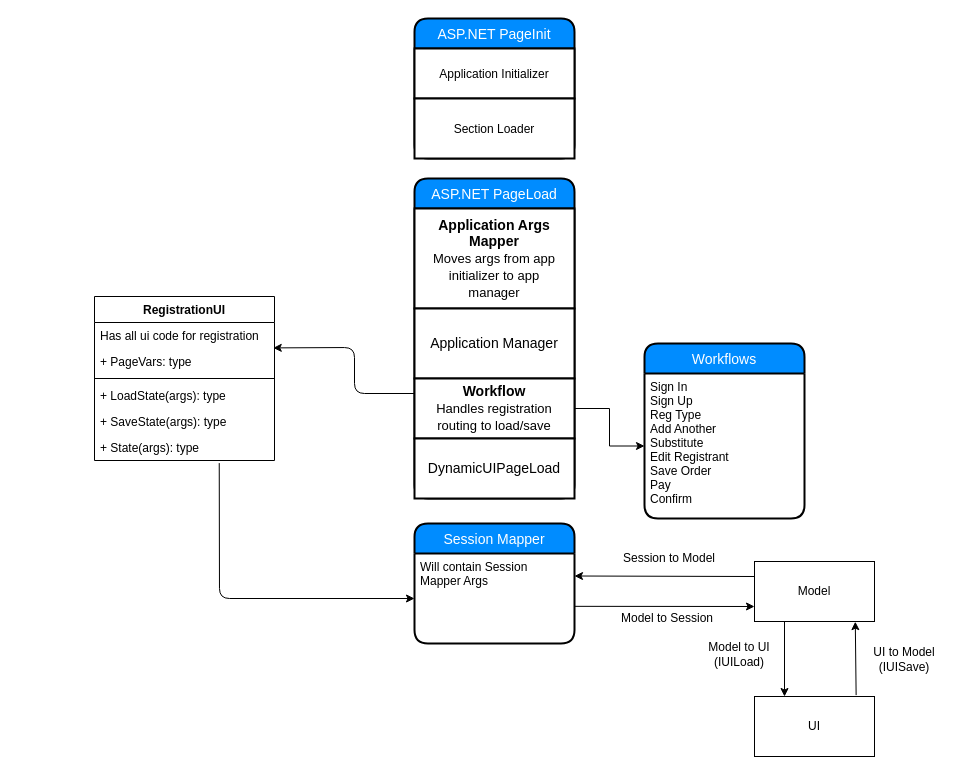
Before: PublicRegistrationClassDiagram.drawio in shelbyharris/Registration, a draw.io diagram. Source tidied: cells renumbered, new cells numbered last; positions are measured from the earlier drawing's top-left corner, leaving out a move shared by most shapes. Both pictures are drawn from the tidied source at 100%, with x=0, y=0 at pixel (94, 18).
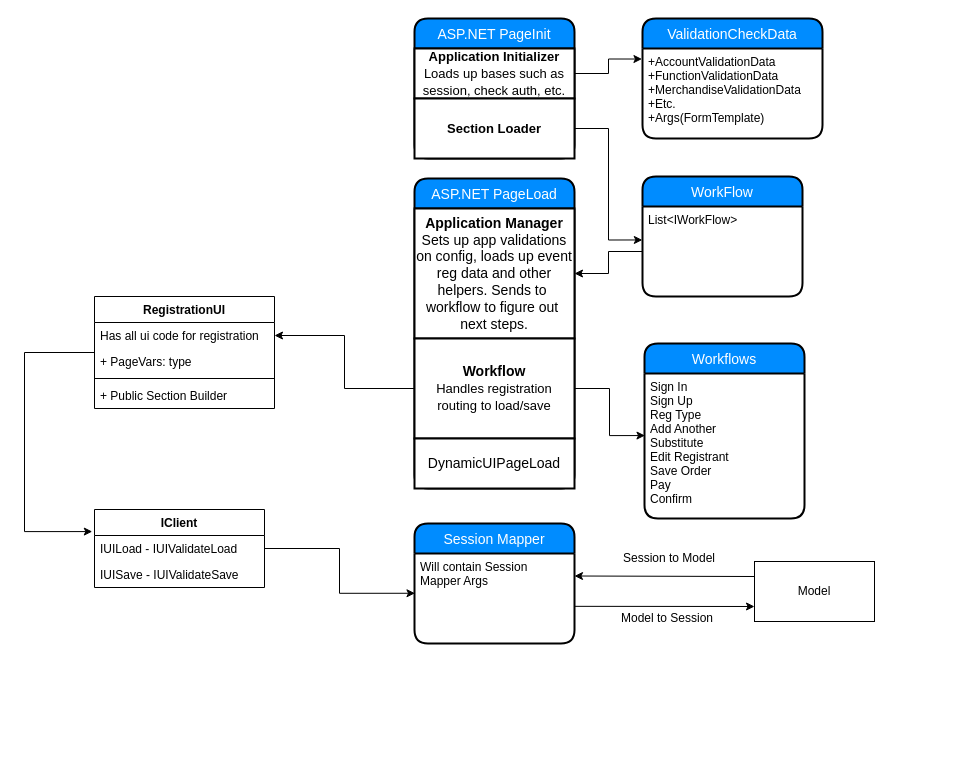
After the change.

The change refers to these unchanged cells:
```xml
<mxCell id="3" value="Has all ui code for registration" style="text;strokeColor=none;fillColor=none;align=left;verticalAlign=top;spacingLeft=4;spacingRight=4;overflow=hidden;points=[[0,0.5],[1,0.5]];portConstraint=eastwest;" parent="2" vertex="1">
  <mxGeometry y="26" width="180" height="26" as="geometry" />
</mxCell>
<mxCell id="9" value="Model" style="rounded=0;whiteSpace=wrap;html=1;" parent="1" vertex="1">
  <mxGeometry x="660" y="543" width="120" height="60" as="geometry" />
</mxCell>
<mxCell id="19" value="ASP.NET PageInit" style="swimlane;horizontal=1;startSize=30;fillColor=#008cff;fontColor=#FFFFFF;rounded=1;fontSize=14;fontStyle=0;strokeWidth=2;shadow=0;dashed=0;align=center;" parent="1" vertex="1">
  <mxGeometry x="320" width="160" height="140" as="geometry" />
</mxCell>
<mxCell id="29" value="Will contain Session &#10;Mapper Args" style="align=left;strokeColor=none;fillColor=none;spacingLeft=4;fontSize=12;verticalAlign=top;" parent="28" vertex="1">
  <mxGeometry y="30" width="160" height="90" as="geometry" />
</mxCell>
<mxCell id="32" value="Sign In&#10;Sign Up&#10;Reg Type&#10;Add Another&#10;Substitute&#10;Edit Registrant&#10;Save Order&#10;Pay&#10;Confirm" style="align=left;strokeColor=none;fillColor=none;spacingLeft=4;fontSize=12;verticalAlign=top;" parent="31" vertex="1">
  <mxGeometry y="30" width="160" height="145" as="geometry" />
</mxCell>
```

Diff of the diagram source:
```diff
@@
+    <mxCell id="34" style="edgeStyle=orthogonalEdgeStyle;rounded=0;jettySize=auto;html=1;entryX=-0.013;entryY=0.283;entryDx=0;entryDy=0;entryPerimeter=0;" parent="1" edge="1" source="2" target="41">
+      <mxGeometry relative="1" as="geometry">
+        <Array as="points">
+          <mxPoint x="-70" y="334" />
+          <mxPoint x="-70" y="513" />
+        </Array>
+      </mxGeometry>
+    </mxCell>
     <mxCell id="2" value="RegistrationUI" style="swimlane;fontStyle=1;align=center;verticalAlign=top;horizontal=1;startSize=26;" parent="1" vertex="1">
-      <mxGeometry y="278" width="180" height="164" as="geometry" />
+      <mxGeometry y="278" width="180" height="112" as="geometry" />
     </mxCell>
@@
-    <mxCell id="6" value="+ LoadState(args): type" style="text;strokeColor=none;fillColor=none;align=left;verticalAlign=top;spacingLeft=4;spacingRight=4;overflow=hidden;" parent="2" vertex="1">
-      <mxGeometry y="86" width="180" height="26" as="geometry" />
-    </mxCell>
-    <mxCell id="7" value="+ SaveState(args): type" style="text;strokeColor=none;fillColor=none;align=left;verticalAlign=top;spacingLeft=4;spacingRight=4;overflow=hidden;" parent="2" vertex="1">
-      <mxGeometry y="112" width="180" height="26" as="geometry" />
-    </mxCell>
-    <mxCell id="8" value="+ State(args): type" style="text;strokeColor=none;fillColor=none;align=left;verticalAlign=top;spacingLeft=4;spacingRight=4;overflow=hidden;points=[[0,0.5],[1,0.5]];portConstraint=eastwest;" parent="2" vertex="1">
-      <mxGeometry y="138" width="180" height="26" as="geometry" />
-    </mxCell>
+    <mxCell id="35" value="+ Public Section Builder" style="text;strokeColor=none;fillColor=none;align=left;verticalAlign=top;spacingLeft=4;spacingRight=4;overflow=hidden;" parent="2" vertex="1">
+      <mxGeometry y="86" width="180" height="26" as="geometry" />
+    </mxCell>
@@
-    <mxCell id="10" value="UI" style="rounded=0;whiteSpace=wrap;html=1;" parent="1" vertex="1">
-      <mxGeometry x="660" y="678" width="120" height="60" as="geometry" />
-    </mxCell>
@@
-    <mxCell id="15" style="endArrow=classic;html=1;exitX=0.25;exitY=1;exitDx=0;exitDy=0;entryX=0.25;entryY=0;entryDx=0;entryDy=0;" parent="1" edge="1" source="9" target="10">
-      <mxGeometry relative="1" as="geometry" />
-    </mxCell>
-    <mxCell id="16" style="endArrow=classic;html=1;entryX=0.84;entryY=1.003;entryDx=0;entryDy=0;entryPerimeter=0;exitX=0.847;exitY=-0.023;exitDx=0;exitDy=0;exitPerimeter=0;" parent="1" edge="1" source="10" target="9">
-      <mxGeometry relative="1" as="geometry" />
-    </mxCell>
-    <mxCell id="17" value="Model to UI (IUILoad)" style="text;html=1;strokeColor=none;fillColor=none;align=center;verticalAlign=middle;whiteSpace=wrap;rounded=0;" parent="1" vertex="1">
-      <mxGeometry x="610" y="610" width="70" height="51" as="geometry" />
-    </mxCell>
-    <mxCell id="18" value="UI to Model (IUISave)" style="text;html=1;strokeColor=none;fillColor=none;align=center;verticalAlign=middle;whiteSpace=wrap;rounded=0;" parent="1" vertex="1">
-      <mxGeometry x="770" y="620" width="80" height="41" as="geometry" />
-    </mxCell>
@@
-    <mxCell id="20" value="&lt;span style=&quot;font-size: 12px ; text-align: left ; white-space: nowrap&quot;&gt;Application Initializer&lt;/span&gt;" style="strokeWidth=2;whiteSpace=wrap;html=1;align=center;fontSize=14;" parent="19" vertex="1">
+    <mxCell id="20" value="&lt;span style=&quot;font-size: 13px ; text-align: left ; white-space: nowrap&quot;&gt;&lt;b&gt;Application Initializer&lt;/b&gt;&lt;br&gt;Loads up bases such as&lt;br&gt;session, check auth, etc.&lt;br&gt;&lt;/span&gt;" style="strokeWidth=2;whiteSpace=wrap;html=1;align=center;fontSize=14;" parent="19" vertex="1">
       <mxGeometry y="30" width="160" height="50" as="geometry" />
     </mxCell>
-    <mxCell id="21" value="&lt;span style=&quot;font-size: 12px ; text-align: left ; white-space: nowrap&quot;&gt;Section Loader&lt;/span&gt;" style="strokeWidth=2;whiteSpace=wrap;html=1;align=center;fontSize=14;" parent="19" vertex="1">
+    <mxCell id="21" value="&lt;span style=&quot;text-align: left ; white-space: nowrap&quot;&gt;&lt;font style=&quot;font-size: 13px&quot;&gt;&lt;b&gt;Section Loader&lt;/b&gt;&lt;/font&gt;&lt;/span&gt;" style="strokeWidth=2;whiteSpace=wrap;html=1;align=center;fontSize=14;" parent="19" vertex="1">
       <mxGeometry y="80" width="160" height="60" as="geometry" />
     </mxCell>
     <mxCell id="22" value="ASP.NET PageLoad" style="swimlane;horizontal=1;startSize=30;fillColor=#008cff;fontColor=#FFFFFF;rounded=1;fontSize=14;fontStyle=0;strokeWidth=2;shadow=0;dashed=0;align=center;" parent="1" vertex="1">
-      <mxGeometry x="320" y="160" width="160" height="320" as="geometry" />
+      <mxGeometry x="320" y="160" width="160" height="310" as="geometry" />
     </mxCell>
-    <mxCell id="23" value="&lt;b&gt;Application Args Mapper&lt;/b&gt;&lt;br&gt;&lt;font style=&quot;font-size: 13px&quot;&gt;Moves args from app&lt;br&gt;initializer to app&lt;br&gt;manager&lt;/font&gt;" style="strokeWidth=2;whiteSpace=wrap;html=1;align=center;fontSize=14;" parent="22" vertex="1">
-      <mxGeometry y="30" width="160" height="100" as="geometry" />
-    </mxCell>
-    <mxCell id="24" value="Application Manager" style="strokeWidth=2;whiteSpace=wrap;html=1;align=center;fontSize=14;" parent="22" vertex="1">
-      <mxGeometry y="130" width="160" height="70" as="geometry" />
+    <mxCell id="24" value="&lt;b&gt;Application Manager&lt;/b&gt;&lt;br&gt;Sets up app validations&lt;br&gt;on config, loads up event&lt;br&gt;reg data and other helpers. Sends to&amp;nbsp;&lt;br&gt;workflow to figure out&amp;nbsp;&lt;br&gt;next steps." style="strokeWidth=2;whiteSpace=wrap;html=1;align=center;fontSize=14;" parent="22" vertex="1">
+      <mxGeometry y="30" width="160" height="130" as="geometry" />
     </mxCell>
     <mxCell id="25" value="&lt;b&gt;Workflow&lt;/b&gt;&lt;br&gt;&lt;font style=&quot;font-size: 13px&quot;&gt;Handles registration routing to load/save&lt;/font&gt;" style="strokeWidth=2;whiteSpace=wrap;html=1;align=center;fontSize=14;" parent="22" vertex="1">
-      <mxGeometry y="200" width="160" height="60" as="geometry" />
+      <mxGeometry y="160" width="160" height="100" as="geometry" />
     </mxCell>
     <mxCell id="26" value="DynamicUIPageLoad" style="strokeWidth=2;whiteSpace=wrap;html=1;align=center;fontSize=14;" parent="22" vertex="1">
-      <mxGeometry y="260" width="160" height="60" as="geometry" />
+      <mxGeometry y="260" width="160" height="50" as="geometry" />
     </mxCell>
-    <mxCell id="27" style="endArrow=classic;html=1;exitX=0;exitY=0.25;exitDx=0;exitDy=0;entryX=0.993;entryY=0.977;entryDx=0;entryDy=0;entryPerimeter=0;" parent="1" edge="1" source="25" target="3">
-      <mxGeometry relative="1" as="geometry">
-        <Array as="points">
-          <mxPoint x="260" y="375" />
-          <mxPoint x="260" y="329" />
-        </Array>
-      </mxGeometry>
-    </mxCell>
@@
-    <mxCell id="30" style="endArrow=classic;html=1;exitX=0.693;exitY=1.1;exitDx=0;exitDy=0;exitPerimeter=0;entryX=0;entryY=0.5;entryDx=0;entryDy=0;" parent="1" edge="1" source="8" target="29">
-      <mxGeometry relative="1" as="geometry">
-        <Array as="points">
-          <mxPoint x="125" y="580" />
-        </Array>
-      </mxGeometry>
-    </mxCell>
@@
+    <mxCell id="36" value="WorkFlow" style="swimlane;horizontal=1;startSize=30;fillColor=#008cff;fontColor=#FFFFFF;rounded=1;fontSize=14;fontStyle=0;strokeWidth=2;shadow=0;dashed=0;align=center;" parent="1" vertex="1">
+      <mxGeometry x="548" y="158" width="160" height="120" as="geometry" />
+    </mxCell>
+    <mxCell id="37" value="List&lt;IWorkFlow&gt;&#10;" style="align=left;strokeColor=none;fillColor=none;spacingLeft=4;fontSize=12;verticalAlign=top;" parent="36" vertex="1">
+      <mxGeometry y="30" width="160" height="90" as="geometry" />
+    </mxCell>
+    <mxCell id="38" style="edgeStyle=orthogonalEdgeStyle;rounded=0;jettySize=auto;html=1;entryX=-0.001;entryY=0.372;entryDx=0;entryDy=0;entryPerimeter=0;" parent="1" edge="1" source="21" target="37">
+      <mxGeometry relative="1" as="geometry" />
+    </mxCell>
+    <mxCell id="39" style="edgeStyle=orthogonalEdgeStyle;rounded=0;jettySize=auto;html=1;entryX=1;entryY=0.5;entryDx=0;entryDy=0;" parent="1" edge="1" source="37" target="24">
+      <mxGeometry relative="1" as="geometry" />
+    </mxCell>
-    <mxCell id="33" style="edgeStyle=orthogonalEdgeStyle;rounded=0;jettySize=auto;html=1;" parent="1" edge="1" source="25" target="32">
+    <mxCell id="33" style="edgeStyle=orthogonalEdgeStyle;rounded=0;jettySize=auto;html=1;entryX=0.003;entryY=0.428;entryDx=0;entryDy=0;entryPerimeter=0;" parent="1" edge="1" source="25" target="32">
       <mxGeometry relative="1" as="geometry" />
     </mxCell>
+    <mxCell id="27" style="edgeStyle=orthogonalEdgeStyle;rounded=0;jettySize=auto;html=1;entryX=1;entryY=0.5;entryDx=0;entryDy=0;" parent="1" edge="1" source="25" target="3">
+      <mxGeometry relative="1" as="geometry" />
+    </mxCell>
+    <mxCell id="40" style="edgeStyle=orthogonalEdgeStyle;rounded=0;jettySize=auto;html=1;entryX=0.003;entryY=0.442;entryDx=0;entryDy=0;entryPerimeter=0;" parent="1" edge="1" source="41" target="29">
+      <mxGeometry relative="1" as="geometry" />
+    </mxCell>
+    <mxCell id="41" value="IClient" style="swimlane;fontStyle=1;horizontal=1;startSize=26;fillColor=none;" parent="1" vertex="1">
+      <mxGeometry y="491" width="170" height="78" as="geometry" />
+    </mxCell>
+    <mxCell id="42" value="IUILoad - IUIValidateLoad" style="text;strokeColor=none;fillColor=none;align=left;verticalAlign=top;spacingLeft=4;spacingRight=4;overflow=hidden;" parent="41" vertex="1">
+      <mxGeometry y="26" width="170" height="26" as="geometry" />
+    </mxCell>
+    <mxCell id="43" value="IUISave - IUIValidateSave" style="text;strokeColor=none;fillColor=none;align=left;verticalAlign=top;spacingLeft=4;spacingRight=4;overflow=hidden;" parent="41" vertex="1">
+      <mxGeometry y="52" width="170" height="26" as="geometry" />
+    </mxCell>
+    <mxCell id="44" value="ValidationCheckData" style="swimlane;horizontal=1;startSize=30;fillColor=#008cff;fontColor=#FFFFFF;rounded=1;fontSize=14;fontStyle=0;strokeWidth=2;shadow=0;dashed=0;align=center;" parent="1" vertex="1">
+      <mxGeometry x="548" width="180" height="120" as="geometry" />
+    </mxCell>
+    <mxCell id="45" value="+AccountValidationData&#10;+FunctionValidationData&#10;+MerchandiseValidationData&#10;+Etc.&#10;+Args(FormTemplate)" style="align=left;strokeColor=none;fillColor=none;spacingLeft=4;fontSize=12;verticalAlign=top;" parent="44" vertex="1">
+      <mxGeometry y="30" width="180" height="90" as="geometry" />
+    </mxCell>
+    <mxCell id="46" style="edgeStyle=orthogonalEdgeStyle;rounded=0;jettySize=auto;html=1;entryX=-0.003;entryY=0.117;entryDx=0;entryDy=0;entryPerimeter=0;" parent="1" edge="1" source="20" target="45">
+      <mxGeometry relative="1" as="geometry" />
+    </mxCell>
```
